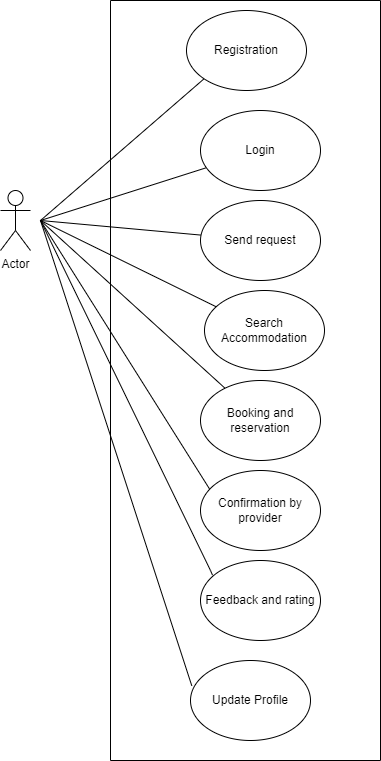
This is Usecase Diagram/occupant.png from AAYUSHTAILANG/PG-EXPLORER-PROJECT, a draw.io export, as it was before one commit. Source tidied: cells renumbered, new cells last; positions are measured from the earlier drawing's top-left corner, leaving out a move shared by most shapes.
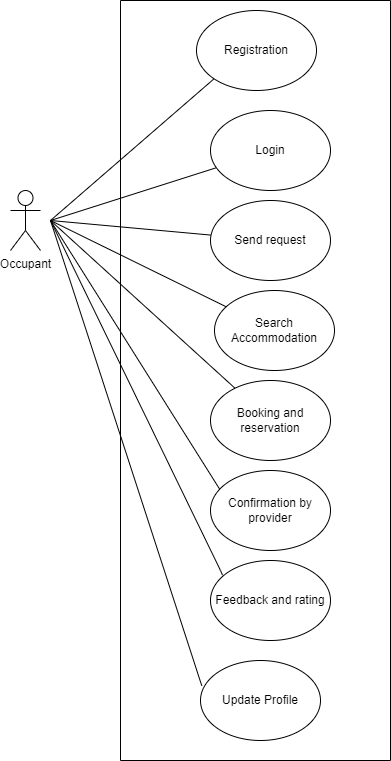
The same file after the commit.

Commit message:
updated Occupant usecase

Change to the diagram source:
```diff
@@ -2,7 +2,7 @@
   <root>
     <mxCell id="0" />
     <mxCell id="1" parent="0" />
-    <mxCell id="2" value="Actor" style="shape=umlActor;verticalLabelPosition=bottom;verticalAlign=top;html=1;" parent="1" vertex="1">
+    <mxCell id="2" value="Occupant" style="shape=umlActor;verticalLabelPosition=bottom;verticalAlign=top;html=1;" parent="1" vertex="1">
       <mxGeometry y="190" width="30" height="60" as="geometry" />
     </mxCell>
     <mxCell id="3" style="endArrow=none;html=1;rounded=0;entryX=0;entryY=1;entryDx=0;entryDy=0;" parent="1" edge="1" target="12">
```
